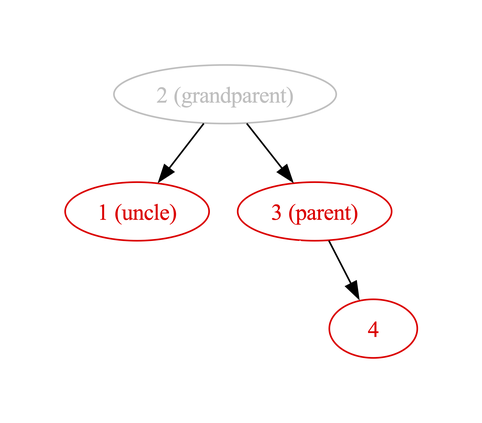
Before: Fw/DataStructures/docs/diagrams/insertNode/red-uncle-1.png, a diagram exported from Graphviz (nasa/fprime). Its source is kept beside it as Fw/DataStructures/docs/diagrams/insertNode/red-uncle-1.dot.
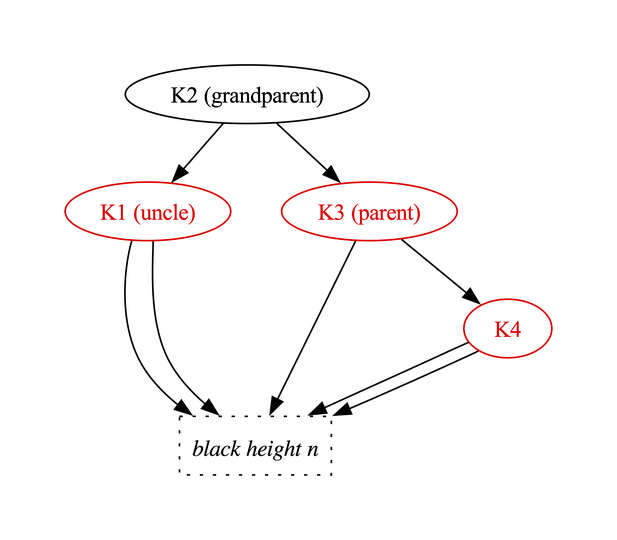
Above is the later version.

What changed in the source:
```diff
@@ -1,14 +1,28 @@
 digraph {
 
-  2 -> 1
-  2 -> 3
-  3 -> X [color="white"]
-  3 -> 4
+  K2 -> K1
+  K2 -> K3
+  K3 -> BHn
+  K3 -> X1 [color="invis"]
+  K3 -> K4
 
-  1 [label="1 (uncle)",color="red",fontcolor="red"]
-  2 [label="2 (grandparent)",color="gray",fontcolor="gray"]
-  3 [label="3 (parent)",color="red",fontcolor="red"]
-  4 [color="red",fontcolor="red"]
+  K1 [label="K1 (uncle)",color="red",fontcolor="red"]
+  K2 [label="K2 (grandparent)"]
+  K3 [label="K3 (parent)",color="red",fontcolor="red"]
+  K4 [color="red",fontcolor="red"]
 
-  X [color="white",fontcolor="white"]
+  X1 [color="invis",fontcolor="invis"]
+  X2 [color="invis",fontcolor="invis"]
+
+  BHn [shape="box",label="black height n",style="dotted",fontname="Italic"]
+
+  K1 -> X2 [color="invis"]
+  X2 -> BHn [color="invis"]
+
+  K1 -> BHn
+  K1 -> BHn
+
+  K4 -> BHn
+  K4 -> BHn
+
 }
```
